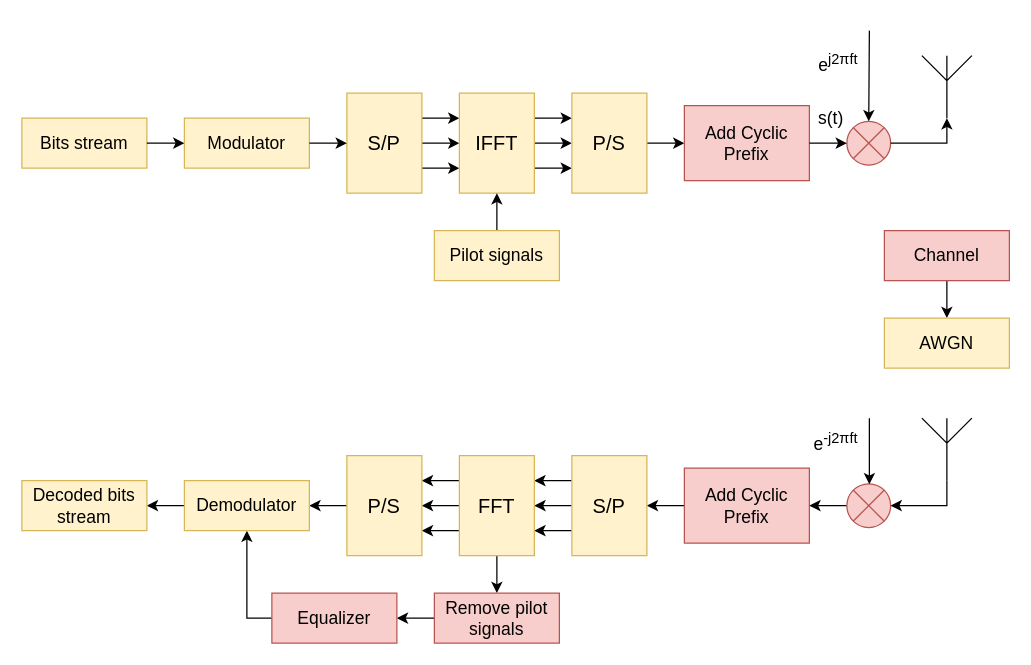
isvoropaev02/OFDM keeps this draw.io diagram as Диаграмма без названия.drawio. Above is the earlier version. Source tidied: cells renumbered, new cells numbered last; positions are measured from the earlier drawing's top-left corner, leaving out a move shared by most shapes. Both pictures are drawn from the tidied source at 125%, with x=0, y=0 at pixel (21, 30).
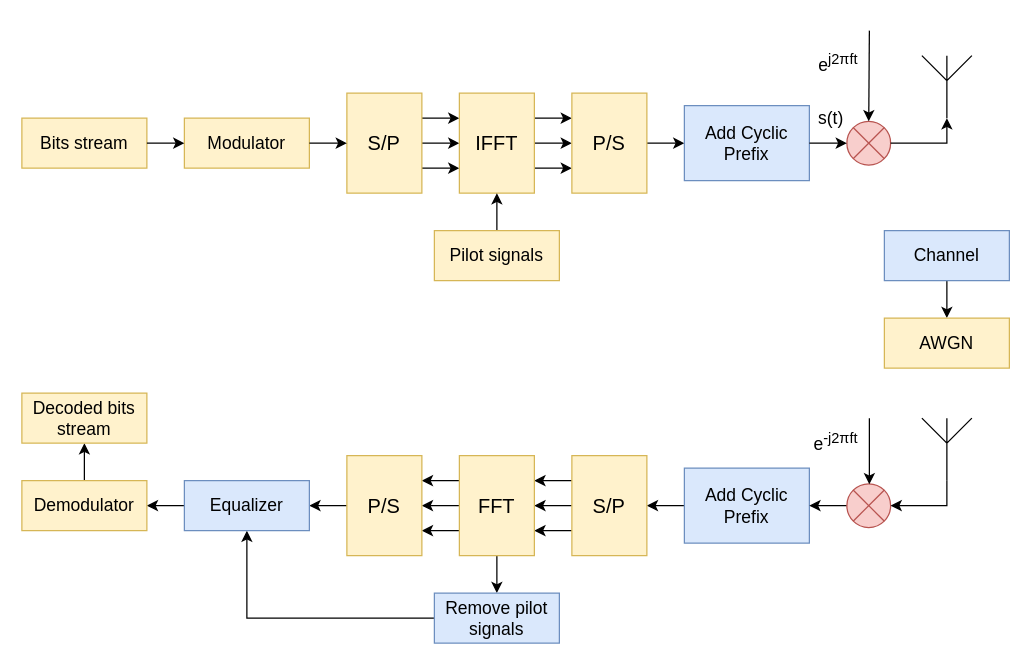
After the change.

The change refers to these unchanged cells:
```xml
<mxCell id="47" value="&lt;font size=&quot;3&quot;&gt;P/S&lt;/font&gt;" style="rounded=0;whiteSpace=wrap;html=1;direction=south;fillColor=#fff2cc;strokeColor=#d6b656;" parent="1" vertex="1">
  <mxGeometry x="260" y="340" width="60" height="80" as="geometry" />
</mxCell>
```

Change to the diagram source:
```diff
@@
-    <mxCell id="16" value="&lt;font style=&quot;font-size: 14px;&quot; face=&quot;Helvetica&quot;&gt;Add Cyclic Prefix&lt;/font&gt;" style="rounded=0;whiteSpace=wrap;html=1;fillColor=#f8cecc;strokeColor=#b85450;" parent="1" vertex="1">
+    <mxCell id="16" value="&lt;font style=&quot;font-size: 14px;&quot; face=&quot;Helvetica&quot;&gt;Add Cyclic Prefix&lt;/font&gt;" style="rounded=0;whiteSpace=wrap;html=1;fillColor=#dae8fc;strokeColor=#6c8ebf;" parent="1" vertex="1">
       <mxGeometry x="530" y="60" width="100" height="60" as="geometry" />
     </mxCell>
@@
-    <mxCell id="27" value="&lt;font style=&quot;font-size: 14px;&quot; face=&quot;Helvetica&quot;&gt;Channel&lt;/font&gt;" style="rounded=0;whiteSpace=wrap;html=1;fillColor=#f8cecc;strokeColor=#b85450;" parent="1" vertex="1">
+    <mxCell id="27" value="&lt;font style=&quot;font-size: 14px;&quot; face=&quot;Helvetica&quot;&gt;Channel&lt;/font&gt;" style="rounded=0;whiteSpace=wrap;html=1;fillColor=#dae8fc;strokeColor=#6c8ebf;" parent="1" vertex="1">
       <mxGeometry x="690" y="160" width="100" height="40" as="geometry" />
     </mxCell>
@@
-    <mxCell id="31" value="&lt;font style=&quot;font-size: 14px;&quot; face=&quot;Helvetica&quot;&gt;Add Cyclic Prefix&lt;/font&gt;" style="rounded=0;whiteSpace=wrap;html=1;fillColor=#f8cecc;strokeColor=#b85450;" parent="1" vertex="1">
+    <mxCell id="31" value="&lt;font style=&quot;font-size: 14px;&quot; face=&quot;Helvetica&quot;&gt;Add Cyclic Prefix&lt;/font&gt;" style="rounded=0;whiteSpace=wrap;html=1;fillColor=#dae8fc;strokeColor=#6c8ebf;" parent="1" vertex="1">
       <mxGeometry x="530" y="350" width="100" height="60" as="geometry" />
     </mxCell>
@@
-    <mxCell id="46" style="edgeStyle=orthogonalEdgeStyle;rounded=0;jettySize=auto;html=1;exitX=0.5;exitY=1;exitDx=0;exitDy=0;entryX=1;entryY=0.5;entryDx=0;entryDy=0;" parent="1" edge="1" source="47" target="53">
-      <mxGeometry relative="1" as="geometry" />
-    </mxCell>
+    <mxCell id="55" style="edgeStyle=orthogonalEdgeStyle;rounded=0;jettySize=auto;html=1;exitX=0.5;exitY=1;exitDx=0;exitDy=0;entryX=1;entryY=0.5;entryDx=0;entryDy=0;" parent="1" edge="1" source="47" target="51">
+      <mxGeometry relative="1" as="geometry" />
+    </mxCell>
@@
-    <mxCell id="48" style="edgeStyle=orthogonalEdgeStyle;rounded=0;jettySize=auto;html=1;exitX=0;exitY=0.5;exitDx=0;exitDy=0;entryX=1;entryY=0.5;entryDx=0;entryDy=0;" parent="1" edge="1" source="49" target="51">
+    <mxCell id="48" style="edgeStyle=orthogonalEdgeStyle;rounded=0;jettySize=auto;html=1;exitX=0;exitY=0.5;exitDx=0;exitDy=0;entryX=0.5;entryY=1;entryDx=0;entryDy=0;" parent="1" edge="1" source="49" target="51">
       <mxGeometry relative="1" as="geometry" />
     </mxCell>
-    <mxCell id="49" value="&lt;font style=&quot;font-size: 14px;&quot; face=&quot;Helvetica&quot;&gt;Remove pilot signals&lt;/font&gt;" style="rounded=0;whiteSpace=wrap;html=1;fillColor=#f8cecc;strokeColor=#b85450;" parent="1" vertex="1">
+    <mxCell id="49" value="&lt;font style=&quot;font-size: 14px;&quot; face=&quot;Helvetica&quot;&gt;Remove pilot signals&lt;/font&gt;" style="rounded=0;whiteSpace=wrap;html=1;fillColor=#dae8fc;strokeColor=#6c8ebf;" parent="1" vertex="1">
       <mxGeometry x="330" y="450" width="100" height="40" as="geometry" />
     </mxCell>
-    <mxCell id="50" style="edgeStyle=orthogonalEdgeStyle;rounded=0;jettySize=auto;html=1;exitX=0;exitY=0.5;exitDx=0;exitDy=0;entryX=0.5;entryY=1;entryDx=0;entryDy=0;" parent="1" edge="1" source="51" target="53">
+    <mxCell id="50" style="edgeStyle=orthogonalEdgeStyle;rounded=0;jettySize=auto;html=1;exitX=0;exitY=0.5;exitDx=0;exitDy=0;" parent="1" edge="1" source="51" target="53">
       <mxGeometry relative="1" as="geometry" />
     </mxCell>
-    <mxCell id="51" value="&lt;font style=&quot;font-size: 14px;&quot; face=&quot;Helvetica&quot;&gt;Equalizer&lt;/font&gt;" style="rounded=0;whiteSpace=wrap;html=1;fillColor=#f8cecc;strokeColor=#b85450;" parent="1" vertex="1">
-      <mxGeometry x="200" y="450" width="100" height="40" as="geometry" />
+    <mxCell id="51" value="&lt;font style=&quot;font-size: 14px;&quot; face=&quot;Helvetica&quot;&gt;Equalizer&lt;/font&gt;" style="rounded=0;whiteSpace=wrap;html=1;fillColor=#dae8fc;strokeColor=#6c8ebf;" parent="1" vertex="1">
+      <mxGeometry x="130" y="360" width="100" height="40" as="geometry" />
     </mxCell>
-    <mxCell id="52" style="edgeStyle=orthogonalEdgeStyle;rounded=0;jettySize=auto;html=1;exitX=0;exitY=0.5;exitDx=0;exitDy=0;entryX=1;entryY=0.5;entryDx=0;entryDy=0;" parent="1" edge="1" source="53" target="54">
+    <mxCell id="52" style="edgeStyle=orthogonalEdgeStyle;rounded=0;jettySize=auto;html=1;exitX=0.5;exitY=0;exitDx=0;exitDy=0;entryX=0.5;entryY=1;entryDx=0;entryDy=0;" parent="1" edge="1" source="53" target="54">
       <mxGeometry relative="1" as="geometry" />
     </mxCell>
     <mxCell id="53" value="&lt;font style=&quot;font-size: 14px;&quot; face=&quot;Helvetica&quot;&gt;Demodulator&lt;/font&gt;" style="rounded=0;whiteSpace=wrap;html=1;fillColor=#fff2cc;strokeColor=#d6b656;" parent="1" vertex="1">
-      <mxGeometry x="130" y="360" width="100" height="40" as="geometry" />
+      <mxGeometry y="360" width="100" height="40" as="geometry" />
     </mxCell>
     <mxCell id="54" value="&lt;font style=&quot;font-size: 14px;&quot; face=&quot;Helvetica&quot;&gt;Decoded bits stream&lt;/font&gt;" style="rounded=0;whiteSpace=wrap;html=1;fillColor=#fff2cc;strokeColor=#d6b656;" parent="1" vertex="1">
-      <mxGeometry y="360" width="100" height="40" as="geometry" />
+      <mxGeometry y="290" width="100" height="40" as="geometry" />
     </mxCell>
```
